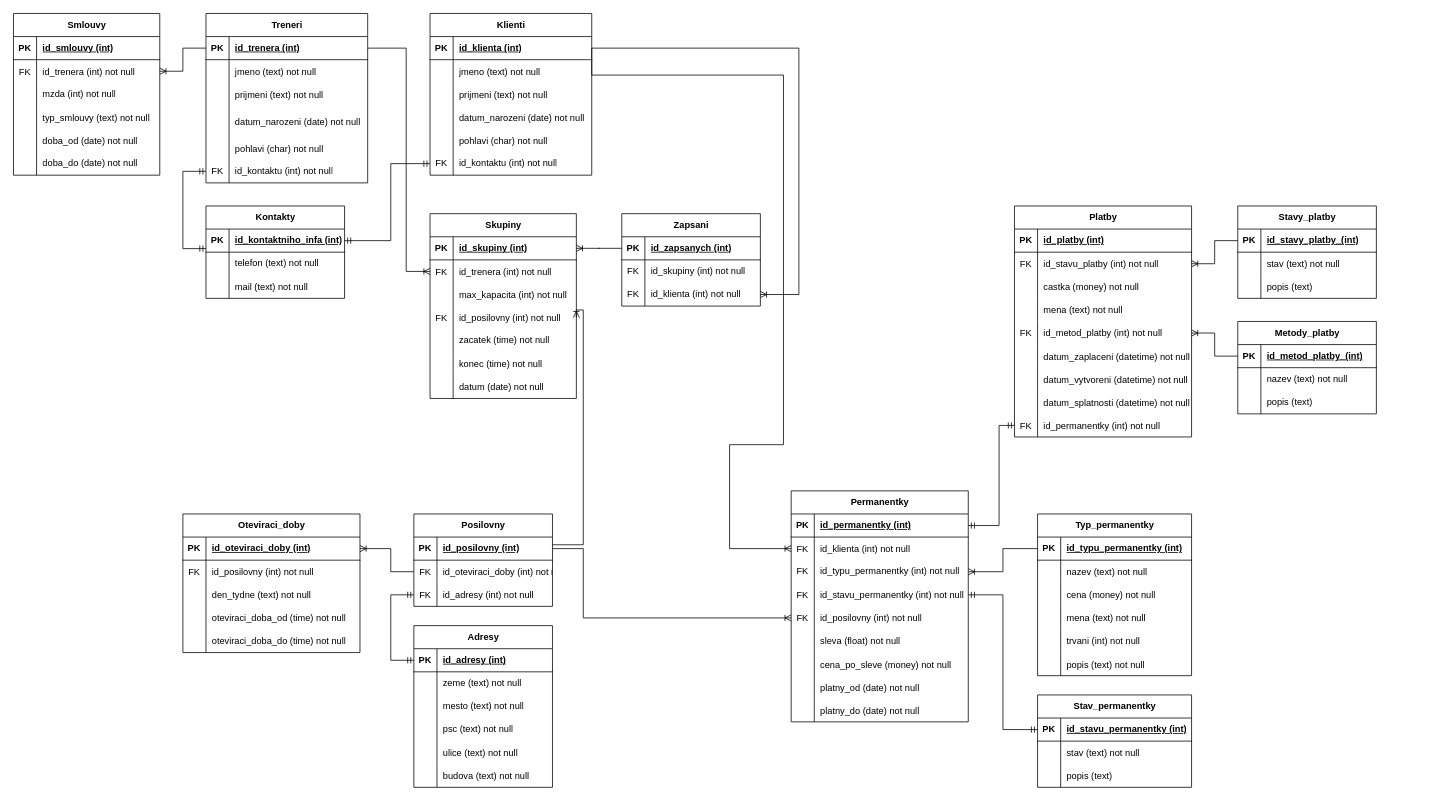
dmazilkin/DB-Gym keeps this draw.io diagram as ERD-Gym.drawio. Above is the earlier version. Source tidied: cells renumbered, new cells numbered last; positions are measured from the earlier drawing's top-left corner, leaving out a move shared by most shapes. Both pictures are drawn from the tidied source at 77%, with x=0, y=0 at pixel (13, 13).
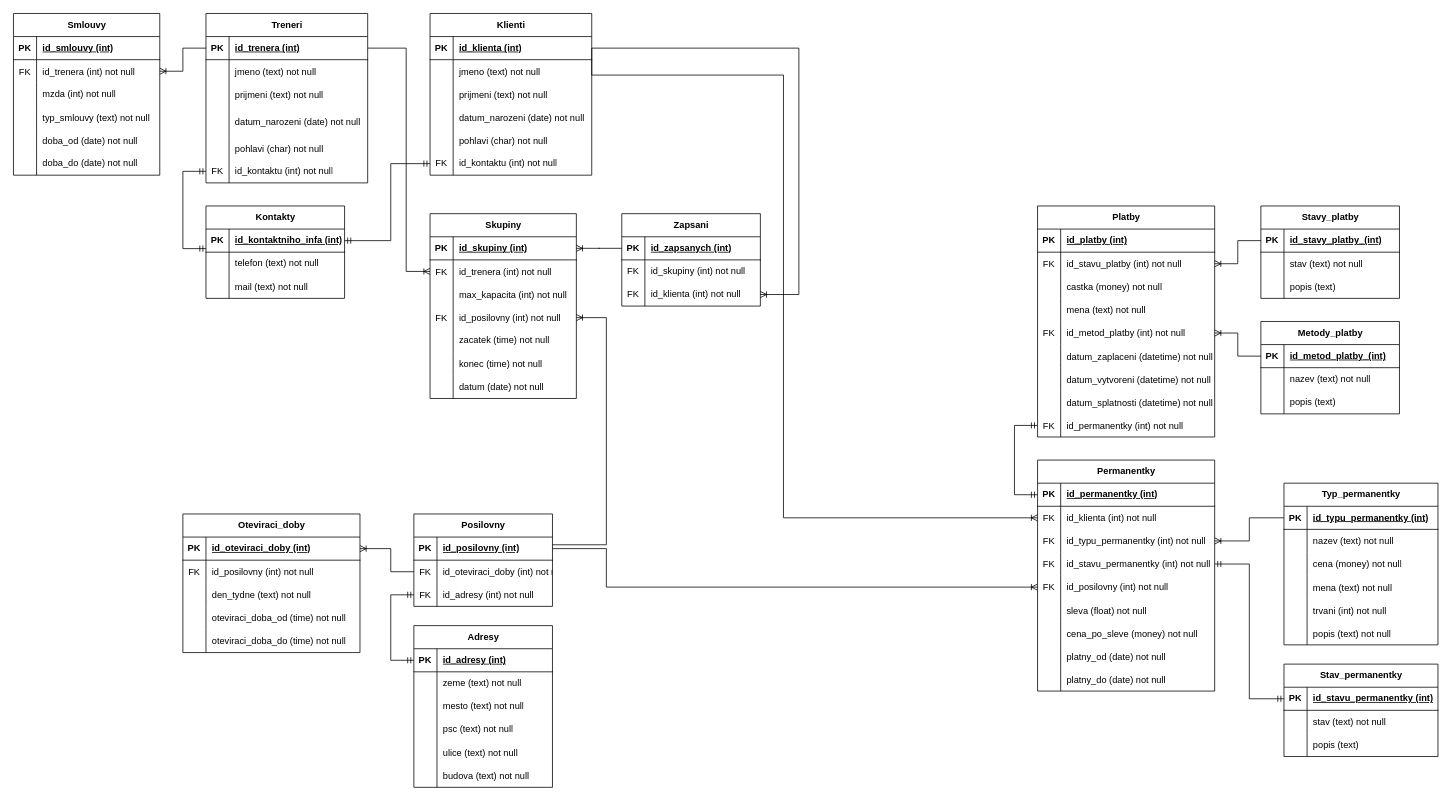
After the change.

Commit message:
Formatted ERD.

The change refers to these unchanged cells:
```xml
<mxCell id="3" style="shape=tableRow;horizontal=0;startSize=0;swimlaneHead=0;swimlaneBody=0;fillColor=none;points=[[0,0.5],[1,0.5]];portConstraint=eastwest;top=0;left=0;right=0;bottom=1;" parent="2" vertex="1">
  <mxGeometry y="30" width="210" height="30" as="geometry" />
</mxCell>
<mxCell id="22" style="shape=tableRow;horizontal=0;startSize=0;swimlaneHead=0;swimlaneBody=0;fillColor=none;points=[[0,0.5],[1,0.5]];portConstraint=eastwest;top=0;left=0;right=0;bottom=1;" parent="21" vertex="1">
  <mxGeometry y="30" width="230" height="30" as="geometry" />
</mxCell>
<mxCell id="25" style="shape=tableRow;horizontal=0;startSize=0;swimlaneHead=0;swimlaneBody=0;fillColor=none;points=[[0,0.5],[1,0.5]];portConstraint=eastwest;top=0;left=0;right=0;bottom=0;" parent="21" vertex="1">
  <mxGeometry y="60" width="230" height="30" as="geometry" />
</mxCell>
<mxCell id="34" style="shape=tableRow;horizontal=0;startSize=0;swimlaneHead=0;swimlaneBody=0;fillColor=none;points=[[0,0.5],[1,0.5]];portConstraint=eastwest;top=0;left=0;right=0;bottom=0;" parent="21" vertex="1">
  <mxGeometry y="150" width="230" height="30" as="geometry" />
</mxCell>
<mxCell id="50" style="shape=tableRow;horizontal=0;startSize=0;swimlaneHead=0;swimlaneBody=0;fillColor=none;points=[[0,0.5],[1,0.5]];portConstraint=eastwest;top=0;left=0;right=0;bottom=1;" parent="49" vertex="1">
  <mxGeometry y="30" width="180" height="30" as="geometry" />
</mxCell>
<mxCell id="204" style="shape=tableRow;horizontal=0;startSize=0;swimlaneHead=0;swimlaneBody=0;fillColor=none;points=[[0,0.5],[1,0.5]];portConstraint=eastwest;top=0;left=0;right=0;bottom=0;" parent="179" vertex="1">
  <mxGeometry y="270" width="230" height="30" as="geometry" />
</mxCell>
<mxCell id="241" style="shape=tableRow;horizontal=0;startSize=0;swimlaneHead=0;swimlaneBody=0;fillColor=none;points=[[0,0.5],[1,0.5]];portConstraint=eastwest;top=0;left=0;right=0;bottom=0;" parent="231" vertex="1">
  <mxGeometry y="120" width="190" height="30" as="geometry" />
</mxCell>
```

The edit, as a diff of the source:
```diff
@@
     <mxCell id="21" value="Permanentky" style="shape=table;startSize=30;childLayout=tableLayout;rowLines=0;fontStyle=1;align=center;html=1;" parent="1" vertex="1">
-      <mxGeometry x="1010" y="620" width="230" height="300" as="geometry" />
+      <mxGeometry x="1330" y="580" width="230" height="300" as="geometry" />
     </mxCell>
@@
     <mxCell id="59" value="Typ_permanentky" style="shape=table;startSize=30;childLayout=tableLayout;rowLines=0;fontStyle=1;align=center;html=1;" parent="1" vertex="1">
-      <mxGeometry x="1330" y="650" width="200" height="210" as="geometry" />
+      <mxGeometry x="1650" y="610" width="200" height="210" as="geometry" />
     </mxCell>
@@
     <mxCell id="116" value="Stav_permanentky" style="shape=table;startSize=30;childLayout=tableLayout;rowLines=0;fontStyle=1;align=center;html=1;" parent="1" vertex="1">
-      <mxGeometry x="1330" y="885" width="200" height="120" as="geometry" />
+      <mxGeometry x="1650" y="845" width="200" height="120" as="geometry" />
     </mxCell>
@@
     <mxCell id="127" style="edgeStyle=orthogonalEdgeStyle;fontSize=12;html=1;endArrow=ERoneToMany;rounded=0;exitX=1;exitY=0.5;exitDx=0;exitDy=0;entryX=0;entryY=0.5;entryDx=0;entryDy=0;" parent="1" edge="1" source="50" target="34">
       <mxGeometry relative="1" as="geometry">
         <Array as="points">
-          <mxPoint x="740" y="695" />
-          <mxPoint x="740" y="785" />
+          <mxPoint x="770" y="695" />
+          <mxPoint x="770" y="745" />
         </Array>
       </mxGeometry>
     </mxCell>
@@
-    <mxCell id="129" style="edgeStyle=orthogonalEdgeStyle;fontSize=12;html=1;endArrow=ERoneToMany;rounded=0;exitX=1;exitY=0.5;exitDx=0;exitDy=0;entryX=0;entryY=0.5;entryDx=0;entryDy=0;" parent="1" edge="1" source="3" target="25">
+    <mxCell id="129" style="edgeStyle=orthogonalEdgeStyle;fontSize=12;html=1;endArrow=ERoneToMany;rounded=0;exitX=1;exitY=0.5;exitDx=0;exitDy=0;" parent="1" edge="1" source="3">
       <mxGeometry relative="1" as="geometry">
+        <mxPoint x="1330" y="655" as="targetPoint" />
         <Array as="points">
           <mxPoint x="751" y="80" />
           <mxPoint x="1000" y="80" />
-          <mxPoint x="1000" y="560" />
-          <mxPoint x="930" y="560" />
-          <mxPoint x="930" y="695" />
+          <mxPoint x="1000" y="655" />
         </Array>
       </mxGeometry>
     </mxCell>
@@
     <mxCell id="179" value="Platby" style="shape=table;startSize=30;childLayout=tableLayout;rowLines=0;fontStyle=1;align=center;html=1;" parent="1" vertex="1">
-      <mxGeometry x="1300" y="250" width="230" height="300" as="geometry" />
+      <mxGeometry x="1330" y="250" width="230" height="300" as="geometry" />
     </mxCell>
@@
     <mxCell id="207" value="Metody_platby" style="shape=table;startSize=30;childLayout=tableLayout;rowLines=0;fontStyle=1;align=center;html=1;" parent="1" vertex="1">
-      <mxGeometry x="1590" y="400" width="180" height="120" as="geometry" />
+      <mxGeometry x="1620" y="400" width="180" height="120" as="geometry" />
     </mxCell>
@@
-    <mxCell id="218" style="edgeStyle=orthogonalEdgeStyle;fontSize=12;html=1;endArrow=ERmandOne;startArrow=ERmandOne;rounded=0;entryX=0;entryY=0.5;entryDx=0;entryDy=0;exitX=1;exitY=0.5;exitDx=0;exitDy=0;" parent="1" edge="1" source="22" target="204">
-      <mxGeometry relative="1" as="geometry">
-        <Array as="points">
-          <mxPoint x="1280" y="665" />
-          <mxPoint x="1280" y="535" />
-        </Array>
-      </mxGeometry>
-    </mxCell>
     <mxCell id="219" value="Stavy_platby" style="shape=table;startSize=30;childLayout=tableLayout;rowLines=0;fontStyle=1;align=center;html=1;" parent="1" vertex="1">
-      <mxGeometry x="1590" y="250" width="180" height="120" as="geometry" />
+      <mxGeometry x="1620" y="250" width="180" height="120" as="geometry" />
     </mxCell>
@@
     <mxCell id="266" style="edgeStyle=orthogonalEdgeStyle;fontSize=12;html=1;endArrow=ERoneToMany;rounded=0;entryX=1;entryY=0.5;entryDx=0;entryDy=0;" parent="1" edge="1" target="241">
       <mxGeometry relative="1" as="geometry">
         <mxPoint x="700" y="690" as="sourcePoint" />
         <Array as="points">
-          <mxPoint x="740" y="690" />
-          <mxPoint x="740" y="385" />
+          <mxPoint x="770" y="690" />
+          <mxPoint x="770" y="395" />
         </Array>
       </mxGeometry>
     </mxCell>
+    <mxCell id="218" style="edgeStyle=orthogonalEdgeStyle;fontSize=12;html=1;endArrow=ERmandOne;startArrow=ERmandOne;rounded=0;entryX=0;entryY=0.5;entryDx=0;entryDy=0;exitX=0;exitY=0.5;exitDx=0;exitDy=0;" parent="1" edge="1" source="22" target="204">
+      <mxGeometry relative="1" as="geometry">
+        <Array as="points">
+          <mxPoint x="1300" y="625" />
+          <mxPoint x="1300" y="535" />
+        </Array>
+      </mxGeometry>
+    </mxCell>
```
